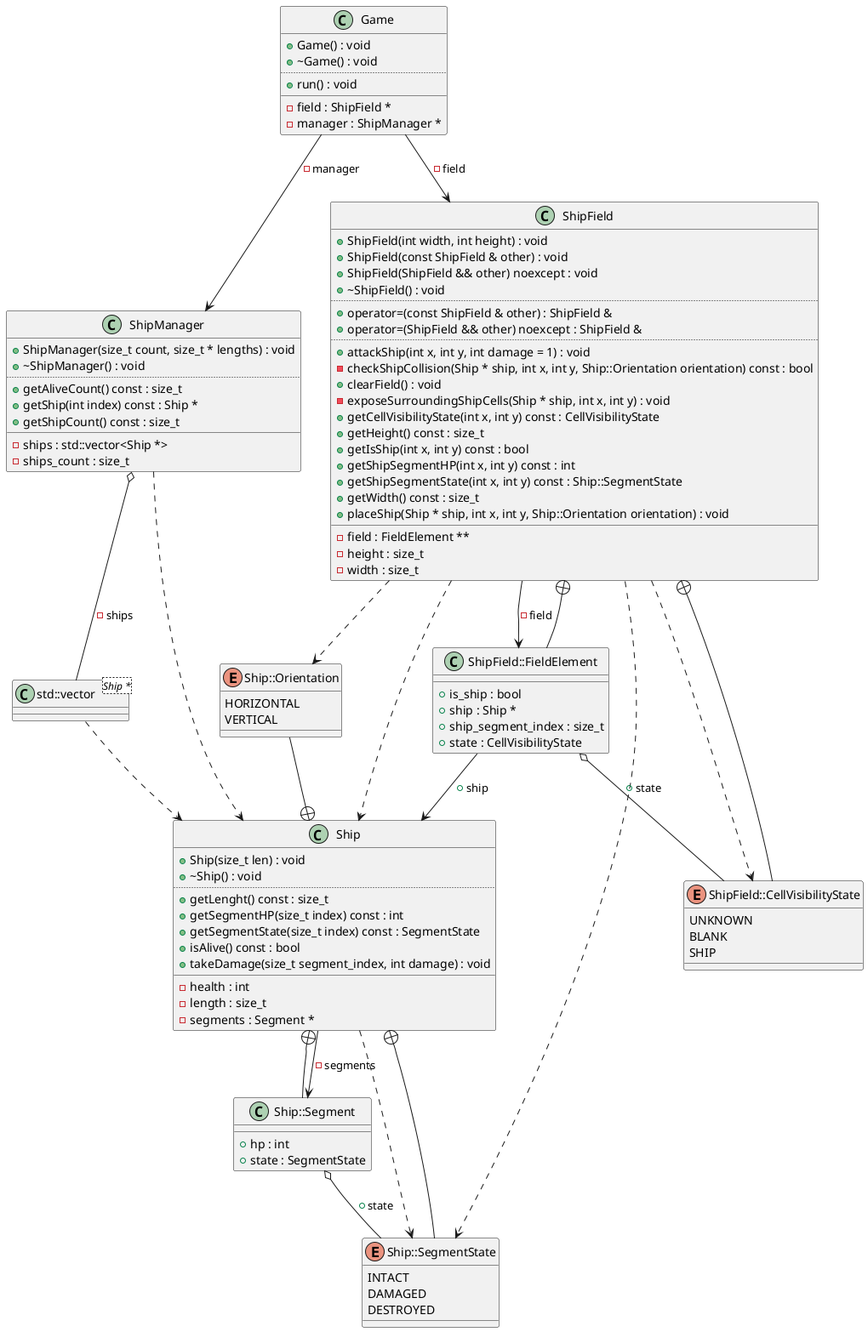
Rennelv/ships keeps this PlantUML diagram as diagrams/main.png. Above is the earlier version.
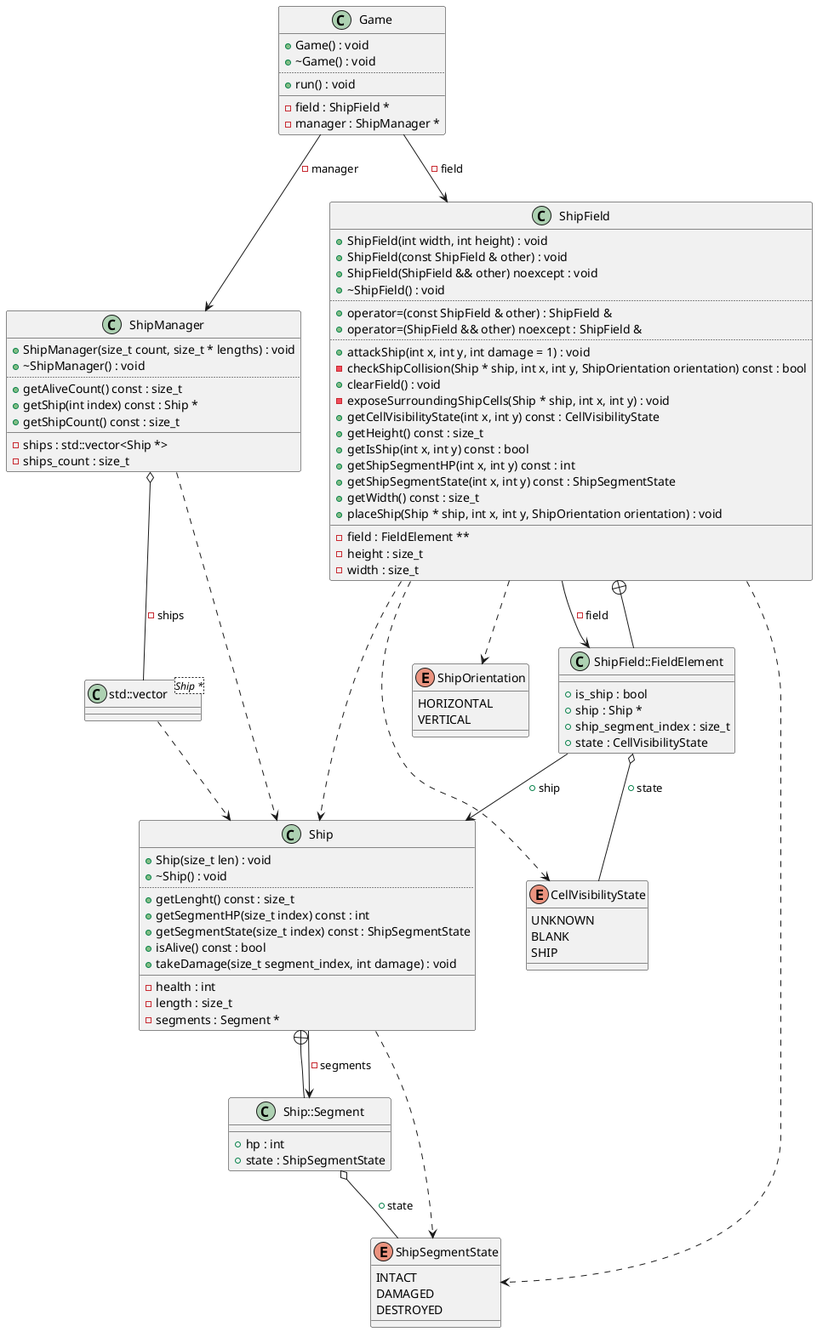
Above is the later version.

Change to the diagram source:
```diff
@@ -2,6 +2,23 @@
 class "std::vector<Ship *>" as C_0007462257846685508834
 class C_0007462257846685508834 {
 __
+}
+enum "ShipSegmentState" as C_0014256742677139282670
+enum C_0014256742677139282670 {
+INTACT
+DAMAGED
+DESTROYED
+}
+enum "ShipOrientation" as C_0002579181642537833876
+enum C_0002579181642537833876 {
+HORIZONTAL
+VERTICAL
+}
+enum "CellVisibilityState" as C_0003333043679234439357
+enum C_0003333043679234439357 {
+UNKNOWN
+BLANK
+SHIP
 }
 class "Ship" as C_0014529657433315016423
 class C_0014529657433315016423 {
@@ -10,7 +27,7 @@
 ..
 +getLenght() const : size_t
 +getSegmentHP(size_t index) const : int
-+getSegmentState(size_t index) const : SegmentState
++getSegmentState(size_t index) const : ShipSegmentState
 +isAlive() const : bool
 +takeDamage(size_t segment_index, int damage) : void
 __
@@ -18,22 +35,11 @@
 -length : size_t
 -segments : Segment *
 }
-enum "Ship::SegmentState" as C_0016593760204207859148
-enum C_0016593760204207859148 {
-INTACT
-DAMAGED
-DESTROYED
-}
-enum "Ship::Orientation" as C_0015200704647938469073
-enum C_0015200704647938469073 {
-HORIZONTAL
-VERTICAL
-}
 class "Ship::Segment" as C_0000674658759292391449
 class C_0000674658759292391449 {
 __
 +hp : int
-+state : SegmentState
++state : ShipSegmentState
 }
 class "ShipField" as C_0003843296779074973901
 class C_0003843296779074973901 {
@@ -46,26 +52,20 @@
 +operator=(ShipField && other) noexcept : ShipField &
 ..
 +attackShip(int x, int y, int damage = 1) : void
--checkShipCollision(Ship * ship, int x, int y, Ship::Orientation orientation) const : bool
+-checkShipCollision(Ship * ship, int x, int y, ShipOrientation orientation) const : bool
 +clearField() : void
 -exposeSurroundingShipCells(Ship * ship, int x, int y) : void
 +getCellVisibilityState(int x, int y) const : CellVisibilityState
 +getHeight() const : size_t
 +getIsShip(int x, int y) const : bool
 +getShipSegmentHP(int x, int y) const : int
-+getShipSegmentState(int x, int y) const : Ship::SegmentState
++getShipSegmentState(int x, int y) const : ShipSegmentState
 +getWidth() const : size_t
-+placeShip(Ship * ship, int x, int y, Ship::Orientation orientation) : void
++placeShip(Ship * ship, int x, int y, ShipOrientation orientation) : void
 __
 -field : FieldElement **
 -height : size_t
 -width : size_t
-}
-enum "ShipField::CellVisibilityState" as C_0014337503322603405869
-enum C_0014337503322603405869 {
-UNKNOWN
-BLANK
-SHIP
 }
 class "ShipField::FieldElement" as C_0000316359785794417378
 class C_0000316359785794417378 {
@@ -98,20 +98,17 @@
 -manager : ShipManager *
 }
 C_0007462257846685508834 ..> C_0014529657433315016423
-C_0014529657433315016423 ..> C_0016593760204207859148
+C_0014529657433315016423 ..> C_0014256742677139282670
 C_0014529657433315016423 --> C_0000674658759292391449 : -segments
-C_0016593760204207859148 --+ C_0014529657433315016423
-C_0015200704647938469073 --+ C_0014529657433315016423
 C_0000674658759292391449 --+ C_0014529657433315016423
-C_0000674658759292391449 o-- C_0016593760204207859148 : +state
+C_0000674658759292391449 o-- C_0014256742677139282670 : +state
 C_0003843296779074973901 ..> C_0014529657433315016423
-C_0003843296779074973901 ..> C_0015200704647938469073
-C_0003843296779074973901 ..> C_0014337503322603405869
-C_0003843296779074973901 ..> C_0016593760204207859148
+C_0003843296779074973901 ..> C_0002579181642537833876
+C_0003843296779074973901 ..> C_0003333043679234439357
+C_0003843296779074973901 ..> C_0014256742677139282670
 C_0003843296779074973901 --> C_0000316359785794417378 : -field
-C_0014337503322603405869 --+ C_0003843296779074973901
 C_0000316359785794417378 --+ C_0003843296779074973901
-C_0000316359785794417378 o-- C_0014337503322603405869 : +state
+C_0000316359785794417378 o-- C_0003333043679234439357 : +state
 C_0000316359785794417378 --> C_0014529657433315016423 : +ship
 C_0017499122254539489506 ..> C_0014529657433315016423
 C_0017499122254539489506 o-- C_0007462257846685508834 : -ships
```
